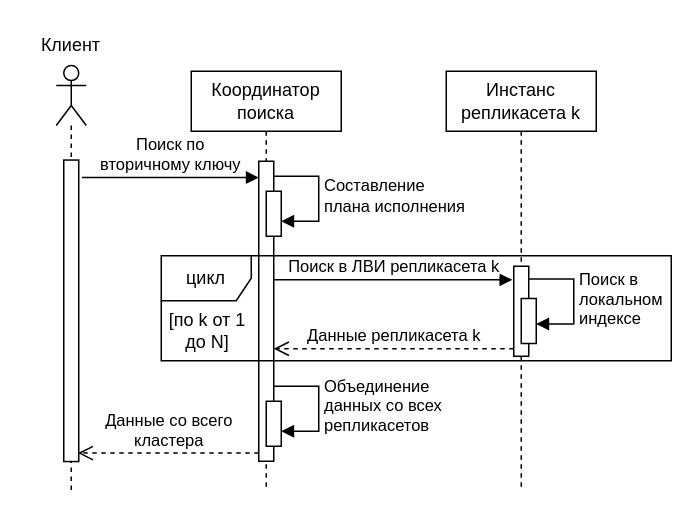
Above: page "lsi-search-seq" (4 of 17) of schemas.drawio in vitosotdihaet/pind (draw.io), before the change. Source tidied: cells renumbered, new cells numbered last; positions are measured from the earlier drawing's top-left corner, leaving out a move shared by most shapes. Both pictures are drawn from the tidied source at 150%, with x=0, y=0 at pixel (26, 26).
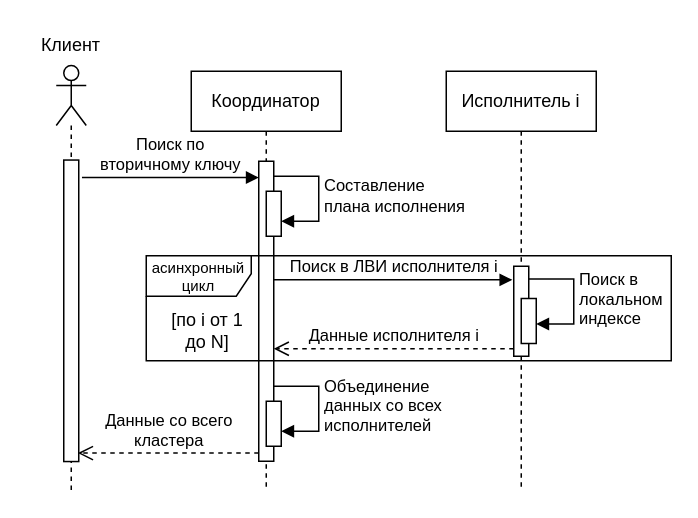
Above is the later version.

Unchanged cells that the change refers to:
```xml
<mxCell id="3" style="html=1;points=[[0,0,0,0,5],[0,1,0,0,-5],[1,0,0,0,5],[1,1,0,0,-5]];perimeter=orthogonalPerimeter;outlineConnect=0;targetShapes=umlLifeline;portConstraint=eastwest;newEdgeStyle={&quot;curved&quot;:0,&quot;rounded&quot;:0};" parent="2" vertex="1">
  <mxGeometry x="45" y="60" width="10" height="200" as="geometry" />
</mxCell>
<mxCell id="4" style="html=1;points=[[0,0,0,0,5],[0,1,0,0,-5],[1,0,0,0,5],[1,1,0,0,-5]];perimeter=orthogonalPerimeter;outlineConnect=0;targetShapes=umlLifeline;portConstraint=eastwest;newEdgeStyle={&quot;curved&quot;:0,&quot;rounded&quot;:0};" parent="2" vertex="1">
  <mxGeometry x="50" y="220" width="10" height="30" as="geometry" />
</mxCell>
<mxCell id="9" style="html=1;points=[[0,0,0,0,5],[0,1,0,0,-5],[1,0,0,0,5],[1,1,0,0,-5]];perimeter=orthogonalPerimeter;outlineConnect=0;targetShapes=umlLifeline;portConstraint=eastwest;newEdgeStyle={&quot;curved&quot;:0,&quot;rounded&quot;:0};" parent="8" vertex="1">
  <mxGeometry x="45" y="130" width="10" height="60" as="geometry" />
</mxCell>
```

Diff of the diagram source:
```diff
@@
-    <mxCell id="2" value="Координатор поиска" style="shape=umlLifeline;perimeter=lifelinePerimeter;whiteSpace=wrap;html=1;newEdgeStyle={&quot;edgeStyle&quot;:&quot;elbowEdgeStyle&quot;,&quot;elbow&quot;:&quot;vertical&quot;,&quot;curved&quot;:0,&quot;rounded&quot;:0};" parent="1" vertex="1">
+    <mxCell id="2" value="Координатор" style="shape=umlLifeline;perimeter=lifelinePerimeter;whiteSpace=wrap;html=1;newEdgeStyle={&quot;edgeStyle&quot;:&quot;elbowEdgeStyle&quot;,&quot;elbow&quot;:&quot;vertical&quot;,&quot;curved&quot;:0,&quot;rounded&quot;:0};" parent="1" vertex="1">
       <mxGeometry x="110" y="30" width="100" height="280" as="geometry" />
     </mxCell>
@@
-    <mxCell id="5" value="&lt;div&gt;Объединение&lt;/div&gt;&lt;div&gt;данных со всех&lt;/div&gt;&lt;div&gt;репликасетов&lt;/div&gt;" style="html=1;align=left;spacingLeft=2;endArrow=block;rounded=0;edgeStyle=orthogonalEdgeStyle;curved=0;rounded=0;" parent="2" edge="1" target="4">
+    <mxCell id="5" value="&lt;div&gt;Объединение&lt;/div&gt;&lt;div&gt;данных со всех&lt;/div&gt;&lt;div&gt;исполнителей&lt;/div&gt;" style="html=1;align=left;spacingLeft=2;endArrow=block;rounded=0;edgeStyle=orthogonalEdgeStyle;curved=0;rounded=0;" parent="2" edge="1" target="4">
       <mxGeometry relative="1" as="geometry">
         <mxPoint x="55" y="210" as="sourcePoint" />
         <Array as="points">
           <mxPoint x="85" y="240" />
         </Array>
       </mxGeometry>
     </mxCell>
@@
-    <mxCell id="8" value="Инстанс репликасета k" style="shape=umlLifeline;perimeter=lifelinePerimeter;whiteSpace=wrap;html=1;newEdgeStyle={&quot;edgeStyle&quot;:&quot;elbowEdgeStyle&quot;,&quot;elbow&quot;:&quot;vertical&quot;,&quot;curved&quot;:0,&quot;rounded&quot;:0};" parent="1" vertex="1">
+    <mxCell id="8" value="Исполнитель i" style="shape=umlLifeline;perimeter=lifelinePerimeter;whiteSpace=wrap;html=1;newEdgeStyle={&quot;edgeStyle&quot;:&quot;elbowEdgeStyle&quot;,&quot;elbow&quot;:&quot;vertical&quot;,&quot;curved&quot;:0,&quot;rounded&quot;:0};" parent="1" vertex="1">
       <mxGeometry x="280" y="30" width="100" height="280" as="geometry" />
     </mxCell>
@@
-    <mxCell id="13" value="&lt;div&gt;Поиск в ЛВИ&amp;nbsp;репликасета k&lt;/div&gt;" style="html=1;verticalAlign=bottom;endArrow=block;curved=0;rounded=0;entryX=-0.093;entryY=0.151;entryDx=0;entryDy=0;entryPerimeter=0;" parent="1" edge="1" source="3" target="9">
+    <mxCell id="13" value="&lt;div&gt;Поиск в ЛВИ исполнителя i&lt;/div&gt;" style="html=1;verticalAlign=bottom;endArrow=block;curved=0;rounded=0;entryX=-0.093;entryY=0.151;entryDx=0;entryDy=0;entryPerimeter=0;" parent="1" edge="1" source="3" target="9">
       <mxGeometry relative="1" as="geometry" />
     </mxCell>
-    <mxCell id="14" value="Данные репликасета k" style="html=1;verticalAlign=bottom;endArrow=open;dashed=1;endSize=8;curved=0;rounded=0;exitX=0;exitY=1;exitDx=0;exitDy=-5;exitPerimeter=0;" parent="1" edge="1" source="9" target="3">
+    <mxCell id="14" value="Данные исполнителя i" style="html=1;verticalAlign=bottom;endArrow=open;dashed=1;endSize=8;curved=0;rounded=0;exitX=0;exitY=1;exitDx=0;exitDy=-5;exitPerimeter=0;" parent="1" edge="1" source="9" target="3">
       <mxGeometry relative="1" as="geometry" />
     </mxCell>
@@
-    <mxCell id="16" value="цикл" style="shape=umlFrame;whiteSpace=wrap;html=1;fontSize=12;" parent="1" vertex="1">
-      <mxGeometry x="90" y="153" width="340" height="70" as="geometry" />
+    <mxCell id="16" value="асинхронный&lt;div&gt;цикл&lt;/div&gt;" style="shape=umlFrame;whiteSpace=wrap;html=1;fontSize=10;width=70;height=27;" parent="1" vertex="1">
+      <mxGeometry x="80" y="153" width="350" height="70" as="geometry" />
     </mxCell>
-    <mxCell id="17" value="[по k от 1 до N]" style="text;html=1;whiteSpace=wrap;strokeColor=none;fillColor=none;align=center;verticalAlign=middle;rounded=0;" parent="1" vertex="1">
+    <mxCell id="17" value="[по i от 1 до N]" style="text;html=1;whiteSpace=wrap;strokeColor=none;fillColor=none;align=center;verticalAlign=middle;rounded=0;" parent="1" vertex="1">
       <mxGeometry x="91" y="188" width="60" height="30" as="geometry" />
     </mxCell>
```
